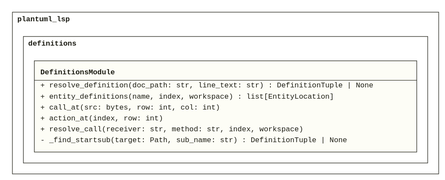
derivasoftware/plantuml-lsp keeps this PlantUML diagram as doc/assets/CL_Definitions.svg. Above is the earlier version. Its source is kept beside it as design/lld/plantuml_lsp/CL_Definitions.puml.
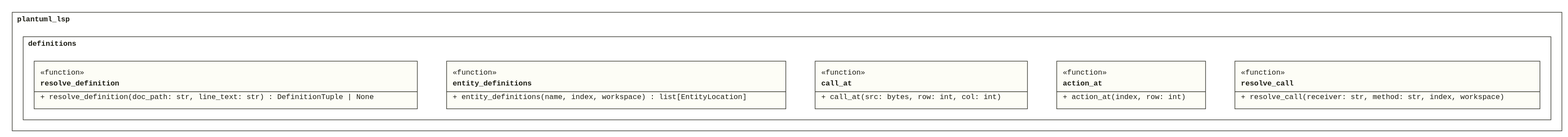
After the change.

The edit, as a diff of the source:
```diff
@@ -3,13 +3,20 @@
 !startsub DefinitionsModule
 
 namespace plantuml_lsp.definitions {
-  class "<<module>>" as DefinitionsModule {
+  class resolve_definition <<function>> {
     + resolve_definition(doc_path: str, line_text: str) : DefinitionTuple | None
+  }
+  class entity_definitions <<function>> {
     + entity_definitions(name, index, workspace) : list[EntityLocation]
+  }
+  class call_at <<function>> {
     + call_at(src: bytes, row: int, col: int)
+  }
+  class action_at <<function>> {
     + action_at(index, row: int)
+  }
+  class resolve_call <<function>> {
     + resolve_call(receiver: str, method: str, index, workspace)
-    - _find_startsub(target: Path, sub_name: str) : DefinitionTuple | None
   }
 }
 
```
